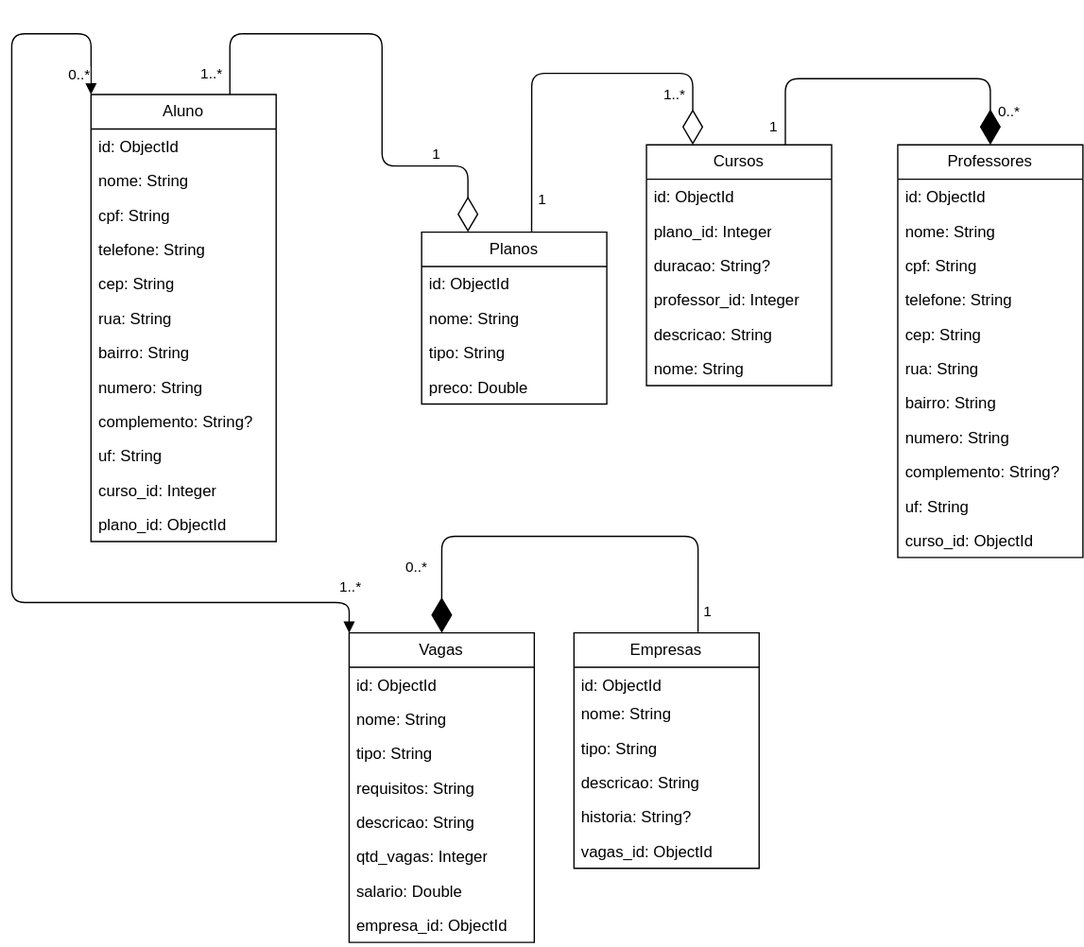
Before: docs/noam.svg, a diagram exported from draw.io (FatecFranca/DSM-P3-G06-2025-1). Source tidied: cells renumbered, new cells last; positions are measured from the earlier drawing's top-left corner, leaving out a move shared by most shapes.
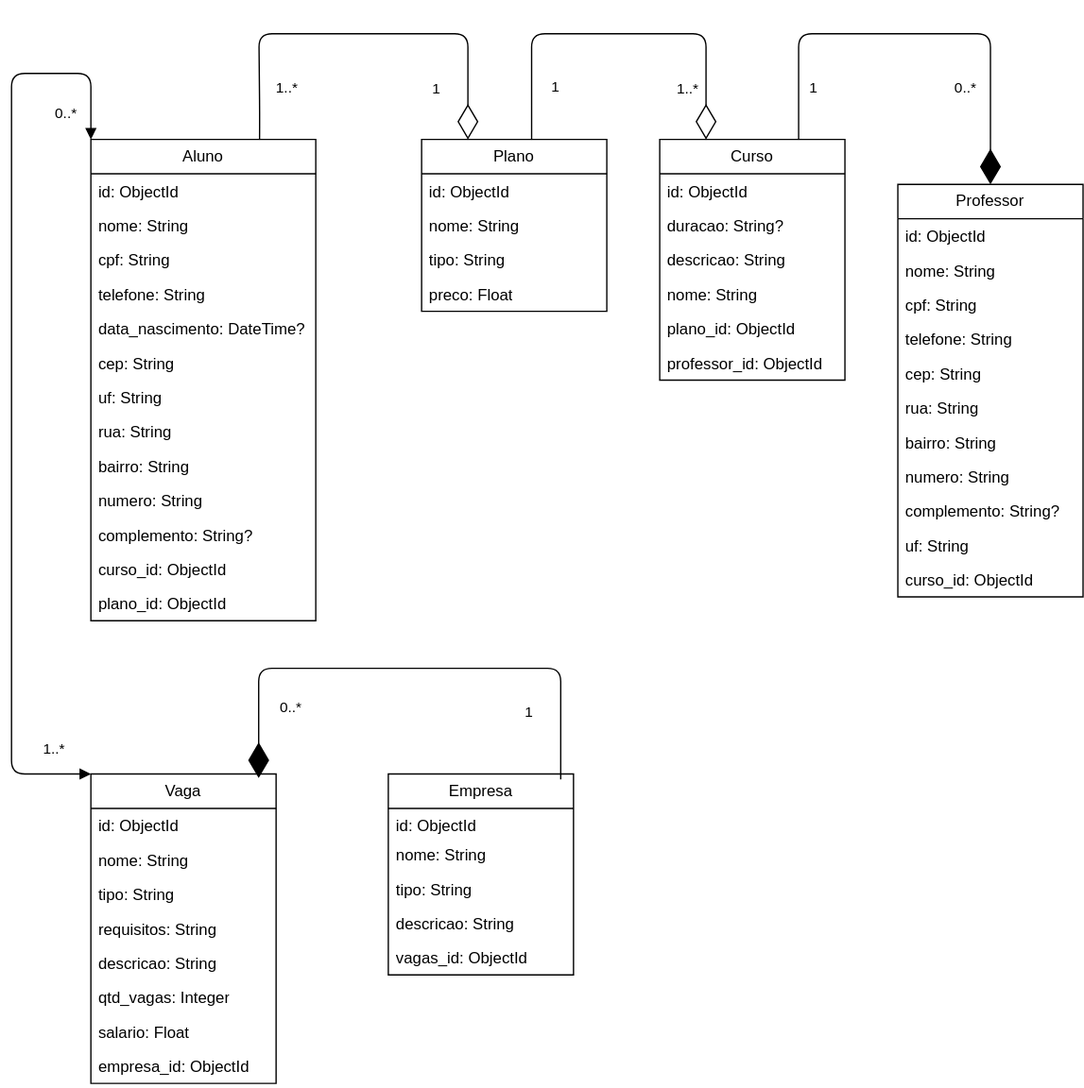
After the change.

Commit message:
Finalizando o Esquema do BD

The edit, as a diff of the source:
```diff
@@ -5,42 +5,45 @@
     <mxCell id="2" value="Aluno" style="swimlane;fontStyle=0;horizontal=1;startSize=26;fillColor=none;whiteSpace=wrap;html=1;" parent="1" vertex="1">
-      <mxGeometry x="60" y="46" width="140" height="338" as="geometry" />
+      <mxGeometry x="60" y="50" width="170" height="364" as="geometry" />
     </mxCell>
     <mxCell id="3" value="id: ObjectId" style="text;strokeColor=none;fillColor=none;align=left;verticalAlign=top;spacingLeft=4;spacingRight=4;overflow=hidden;whiteSpace=wrap;html=1;" parent="2" vertex="1">
-      <mxGeometry y="26" width="140" height="26" as="geometry" />
+      <mxGeometry y="26" width="170" height="26" as="geometry" />
     </mxCell>
     <mxCell id="4" value="nome: String" style="text;strokeColor=none;fillColor=none;align=left;verticalAlign=top;spacingLeft=4;spacingRight=4;overflow=hidden;whiteSpace=wrap;html=1;" parent="2" vertex="1">
-      <mxGeometry y="52" width="140" height="26" as="geometry" />
+      <mxGeometry y="52" width="170" height="26" as="geometry" />
     </mxCell>
     <mxCell id="5" value="cpf: String" style="text;strokeColor=none;fillColor=none;align=left;verticalAlign=top;spacingLeft=4;spacingRight=4;overflow=hidden;whiteSpace=wrap;html=1;" parent="2" vertex="1">
-      <mxGeometry y="78" width="140" height="26" as="geometry" />
+      <mxGeometry y="78" width="170" height="26" as="geometry" />
     </mxCell>
     <mxCell id="6" value="telefone: String" style="text;strokeColor=none;fillColor=none;align=left;verticalAlign=top;spacingLeft=4;spacingRight=4;overflow=hidden;whiteSpace=wrap;html=1;" parent="2" vertex="1">
-      <mxGeometry y="104" width="140" height="26" as="geometry" />
+      <mxGeometry y="104" width="170" height="26" as="geometry" />
     </mxCell>
+    <mxCell id="70" value="data_nascimento: DateTime?" style="text;strokeColor=none;fillColor=none;align=left;verticalAlign=top;spacingLeft=4;spacingRight=4;overflow=hidden;whiteSpace=wrap;html=1;" parent="2" vertex="1">
+      <mxGeometry y="130" width="170" height="26" as="geometry" />
+    </mxCell>
     <mxCell id="7" value="cep: String" style="text;strokeColor=none;fillColor=none;align=left;verticalAlign=top;spacingLeft=4;spacingRight=4;overflow=hidden;whiteSpace=wrap;html=1;" parent="2" vertex="1">
-      <mxGeometry y="130" width="140" height="26" as="geometry" />
+      <mxGeometry y="156" width="170" height="26" as="geometry" />
     </mxCell>
+    <mxCell id="12" value="uf: String" style="text;strokeColor=none;fillColor=none;align=left;verticalAlign=top;spacingLeft=4;spacingRight=4;overflow=hidden;whiteSpace=wrap;html=1;" parent="2" vertex="1">
+      <mxGeometry y="182" width="170" height="26" as="geometry" />
+    </mxCell>
     <mxCell id="8" value="rua: String&lt;div&gt;&lt;br&gt;&lt;/div&gt;" style="text;strokeColor=none;fillColor=none;align=left;verticalAlign=top;spacingLeft=4;spacingRight=4;overflow=hidden;whiteSpace=wrap;html=1;" parent="2" vertex="1">
-      <mxGeometry y="156" width="140" height="26" as="geometry" />
+      <mxGeometry y="208" width="170" height="26" as="geometry" />
     </mxCell>
     <mxCell id="9" value="bairro: String" style="text;strokeColor=none;fillColor=none;align=left;verticalAlign=top;spacingLeft=4;spacingRight=4;overflow=hidden;whiteSpace=wrap;html=1;" parent="2" vertex="1">
-      <mxGeometry y="182" width="140" height="26" as="geometry" />
+      <mxGeometry y="234" width="170" height="26" as="geometry" />
     </mxCell>
     <mxCell id="10" value="numero: String" style="text;strokeColor=none;fillColor=none;align=left;verticalAlign=top;spacingLeft=4;spacingRight=4;overflow=hidden;whiteSpace=wrap;html=1;" parent="2" vertex="1">
-      <mxGeometry y="208" width="140" height="26" as="geometry" />
+      <mxGeometry y="260" width="170" height="26" as="geometry" />
     </mxCell>
     <mxCell id="11" value="complemento: String?" style="text;strokeColor=none;fillColor=none;align=left;verticalAlign=top;spacingLeft=4;spacingRight=4;overflow=hidden;whiteSpace=wrap;html=1;" parent="2" vertex="1">
-      <mxGeometry y="234" width="140" height="26" as="geometry" />
+      <mxGeometry y="286" width="170" height="26" as="geometry" />
     </mxCell>
-    <mxCell id="12" value="uf: String" style="text;strokeColor=none;fillColor=none;align=left;verticalAlign=top;spacingLeft=4;spacingRight=4;overflow=hidden;whiteSpace=wrap;html=1;" parent="2" vertex="1">
-      <mxGeometry y="260" width="140" height="26" as="geometry" />
-    </mxCell>
-    <mxCell id="13" value="curso_id: Integer" style="text;strokeColor=none;fillColor=none;align=left;verticalAlign=top;spacingLeft=4;spacingRight=4;overflow=hidden;whiteSpace=wrap;html=1;" parent="2" vertex="1">
-      <mxGeometry y="286" width="140" height="26" as="geometry" />
+    <mxCell id="13" value="curso_id:&amp;nbsp;&lt;span style=&quot;color: rgb(0, 0, 0);&quot;&gt;ObjectId&lt;/span&gt;" style="text;strokeColor=none;fillColor=none;align=left;verticalAlign=top;spacingLeft=4;spacingRight=4;overflow=hidden;whiteSpace=wrap;html=1;" parent="2" vertex="1">
+      <mxGeometry y="312" width="170" height="26" as="geometry" />
     </mxCell>
     <mxCell id="14" value="plano_id:&amp;nbsp;&lt;span style=&quot;color: rgb(0, 0, 0);&quot;&gt;ObjectId&lt;/span&gt;" style="text;strokeColor=none;fillColor=none;align=left;verticalAlign=top;spacingLeft=4;spacingRight=4;overflow=hidden;whiteSpace=wrap;html=1;" parent="2" vertex="1">
-      <mxGeometry y="312" width="140" height="26" as="geometry" />
+      <mxGeometry y="338" width="170" height="26" as="geometry" />
     </mxCell>
-    <mxCell id="15" value="Cursos" style="swimlane;fontStyle=0;horizontal=1;startSize=26;fillColor=none;whiteSpace=wrap;html=1;" parent="1" vertex="1">
-      <mxGeometry x="480" y="84" width="140" height="182" as="geometry" />
+    <mxCell id="15" value="Curso" style="swimlane;fontStyle=0;horizontal=1;startSize=26;fillColor=none;whiteSpace=wrap;html=1;" parent="1" vertex="1">
+      <mxGeometry x="490" y="50" width="140" height="182" as="geometry" />
     </mxCell>
@@ -49,19 +52,19 @@
     </mxCell>
-    <mxCell id="17" value="plano_id: Integer" style="text;strokeColor=none;fillColor=none;align=left;verticalAlign=top;spacingLeft=4;spacingRight=4;overflow=hidden;whiteSpace=wrap;html=1;" parent="15" vertex="1">
-      <mxGeometry y="52" width="140" height="26" as="geometry" />
-    </mxCell>
     <mxCell id="18" value="duracao: String?" style="text;strokeColor=none;fillColor=none;align=left;verticalAlign=top;spacingLeft=4;spacingRight=4;overflow=hidden;whiteSpace=wrap;html=1;" parent="15" vertex="1">
-      <mxGeometry y="78" width="140" height="26" as="geometry" />
+      <mxGeometry y="52" width="140" height="26" as="geometry" />
     </mxCell>
-    <mxCell id="19" value="professor_id: Integer" style="text;strokeColor=none;fillColor=none;align=left;verticalAlign=top;spacingLeft=4;spacingRight=4;overflow=hidden;whiteSpace=wrap;html=1;" parent="15" vertex="1">
-      <mxGeometry y="104" width="140" height="26" as="geometry" />
-    </mxCell>
     <mxCell id="20" value="descricao: String" style="text;strokeColor=none;fillColor=none;align=left;verticalAlign=top;spacingLeft=4;spacingRight=4;overflow=hidden;whiteSpace=wrap;html=1;" parent="15" vertex="1">
-      <mxGeometry y="130" width="140" height="26" as="geometry" />
+      <mxGeometry y="78" width="140" height="26" as="geometry" />
     </mxCell>
     <mxCell id="21" value="nome: String" style="text;strokeColor=none;fillColor=none;align=left;verticalAlign=top;spacingLeft=4;spacingRight=4;overflow=hidden;whiteSpace=wrap;html=1;" parent="15" vertex="1">
-      <mxGeometry y="156" width="140" height="26" as="geometry" />
+      <mxGeometry y="104" width="140" height="26" as="geometry" />
     </mxCell>
+    <mxCell id="17" value="plano_id:&amp;nbsp;&lt;span style=&quot;color: rgb(0, 0, 0);&quot;&gt;ObjectId&lt;/span&gt;" style="text;strokeColor=none;fillColor=none;align=left;verticalAlign=top;spacingLeft=4;spacingRight=4;overflow=hidden;whiteSpace=wrap;html=1;" parent="15" vertex="1">
+      <mxGeometry y="130" width="140" height="26" as="geometry" />
+    </mxCell>
+    <mxCell id="19" value="professor_id:&amp;nbsp;&lt;span style=&quot;color: rgb(0, 0, 0);&quot;&gt;ObjectId&lt;/span&gt;" style="text;strokeColor=none;fillColor=none;align=left;verticalAlign=top;spacingLeft=4;spacingRight=4;overflow=hidden;whiteSpace=wrap;html=1;" parent="15" vertex="1">
+      <mxGeometry y="156" width="140" height="26" as="geometry" />
+    </mxCell>
-    <mxCell id="22" value="Empresas" style="swimlane;fontStyle=0;horizontal=1;startSize=26;fillColor=none;whiteSpace=wrap;html=1;" parent="1" vertex="1">
-      <mxGeometry x="425.2" y="453" width="140" height="178" as="geometry" />
+    <mxCell id="22" value="Empresa" style="swimlane;fontStyle=0;horizontal=1;startSize=26;fillColor=none;whiteSpace=wrap;html=1;" parent="1" vertex="1">
+      <mxGeometry x="284.8" y="530" width="140" height="152" as="geometry" />
     </mxCell>
@@ -79,10 +82,7 @@
     </mxCell>
-    <mxCell id="27" value="historia: String?" style="text;strokeColor=none;fillColor=none;align=left;verticalAlign=top;spacingLeft=4;spacingRight=4;overflow=hidden;whiteSpace=wrap;html=1;" parent="22" vertex="1">
-      <mxGeometry y="126" width="140" height="26" as="geometry" />
-    </mxCell>
     <mxCell id="28" value="vagas_id:&amp;nbsp;&lt;span style=&quot;color: rgb(0, 0, 0);&quot;&gt;ObjectId&lt;/span&gt;" style="text;strokeColor=none;fillColor=none;align=left;verticalAlign=top;spacingLeft=4;spacingRight=4;overflow=hidden;whiteSpace=wrap;html=1;" parent="22" vertex="1">
-      <mxGeometry y="152" width="140" height="26" as="geometry" />
+      <mxGeometry y="126" width="140" height="26" as="geometry" />
     </mxCell>
-    <mxCell id="29" value="Planos" style="swimlane;fontStyle=0;horizontal=1;startSize=26;fillColor=none;whiteSpace=wrap;html=1;" parent="1" vertex="1">
-      <mxGeometry x="310" y="150" width="140" height="130" as="geometry" />
+    <mxCell id="29" value="Plano" style="swimlane;fontStyle=0;horizontal=1;startSize=26;fillColor=none;whiteSpace=wrap;html=1;" parent="1" vertex="1">
+      <mxGeometry x="310" y="50" width="140" height="130" as="geometry" />
     </mxCell>
@@ -97,6 +97,6 @@
     </mxCell>
-    <mxCell id="33" value="preco: Double" style="text;strokeColor=none;fillColor=none;align=left;verticalAlign=top;spacingLeft=4;spacingRight=4;overflow=hidden;whiteSpace=wrap;html=1;" parent="29" vertex="1">
+    <mxCell id="33" value="preco: Float" style="text;strokeColor=none;fillColor=none;align=left;verticalAlign=top;spacingLeft=4;spacingRight=4;overflow=hidden;whiteSpace=wrap;html=1;" parent="29" vertex="1">
       <mxGeometry y="104" width="140" height="26" as="geometry" />
     </mxCell>
-    <mxCell id="34" value="Professores" style="swimlane;fontStyle=0;horizontal=1;startSize=26;fillColor=none;whiteSpace=wrap;html=1;" parent="1" vertex="1">
+    <mxCell id="34" value="Professor" style="swimlane;fontStyle=0;horizontal=1;startSize=26;fillColor=none;whiteSpace=wrap;html=1;" parent="1" vertex="1">
       <mxGeometry x="670" y="84" width="140" height="312" as="geometry" />
@@ -136,4 +136,4 @@
     </mxCell>
-    <mxCell id="46" value="Vagas" style="swimlane;fontStyle=0;horizontal=1;startSize=26;fillColor=none;whiteSpace=wrap;html=1;" parent="1" vertex="1">
-      <mxGeometry x="255.2" y="453" width="140" height="234" as="geometry" />
+    <mxCell id="46" value="Vaga" style="swimlane;fontStyle=0;horizontal=1;startSize=26;fillColor=none;whiteSpace=wrap;html=1;" parent="1" vertex="1">
+      <mxGeometry x="60" y="530" width="140" height="234" as="geometry" />
     </mxCell>
@@ -157,3 +157,3 @@
     </mxCell>
-    <mxCell id="53" value="salario: Double" style="text;strokeColor=none;fillColor=none;align=left;verticalAlign=top;spacingLeft=4;spacingRight=4;overflow=hidden;whiteSpace=wrap;html=1;" parent="46" vertex="1">
+    <mxCell id="53" value="salario: Float" style="text;strokeColor=none;fillColor=none;align=left;verticalAlign=top;spacingLeft=4;spacingRight=4;overflow=hidden;whiteSpace=wrap;html=1;" parent="46" vertex="1">
       <mxGeometry y="182" width="140" height="26" as="geometry" />
@@ -166,3 +166,3 @@
         <Array as="points">
-          <mxPoint x="580" y="34" />
+          <mxPoint x="660" y="-30" />
         </Array>
@@ -172,3 +172,3 @@
       <mxGeometry x="-0.89" y="-2" relative="1" as="geometry">
-        <mxPoint x="-12" as="offset" />
+        <mxPoint x="8" y="-21" as="offset" />
       </mxGeometry>
@@ -177,3 +177,3 @@
       <mxGeometry x="0.8" y="1" relative="1" as="geometry">
-        <mxPoint x="12" as="offset" />
+        <mxPoint x="-21" y="-39" as="offset" />
       </mxGeometry>
@@ -183,6 +183,5 @@
         <Array as="points">
-          <mxPoint x="165" />
-          <mxPoint x="280" />
-          <mxPoint x="280" y="100" />
-          <mxPoint x="345" y="100" />
+          <mxPoint x="187" y="30" />
+          <mxPoint x="187" y="-30" />
+          <mxPoint x="345" y="-30" />
         </Array>
@@ -192,3 +191,3 @@
       <mxGeometry x="-0.88" y="2" relative="1" as="geometry">
-        <mxPoint x="-13" y="7" as="offset" />
+        <mxPoint x="22" y="-20" as="offset" />
       </mxGeometry>
@@ -197,3 +196,3 @@
       <mxGeometry x="0.75" relative="1" as="geometry">
-        <mxPoint x="-25" y="-13" as="offset" />
+        <mxPoint x="-25" y="1" as="offset" />
       </mxGeometry>
@@ -203,4 +202,4 @@
         <Array as="points">
-          <mxPoint x="393" y="30" />
-          <mxPoint x="515" y="30" />
+          <mxPoint x="393" y="-30" />
+          <mxPoint x="525" y="-30" />
         </Array>
@@ -210,3 +209,3 @@
       <mxGeometry x="-0.86" y="2" relative="1" as="geometry">
-        <mxPoint x="9" y="-4" as="offset" />
+        <mxPoint x="19" y="-19" as="offset" />
       </mxGeometry>
@@ -218,20 +217,2 @@
     </mxCell>
-    <mxCell id="64" style="endArrow=diamondThin;endFill=1;endSize=24;html=1;edgeStyle=orthogonalEdgeStyle;exitX=0.67;exitY=-0.004;exitDx=0;exitDy=0;exitPerimeter=0;entryX=0.5;entryY=0;entryDx=0;entryDy=0;" parent="1" edge="1" source="22" target="46">
-      <mxGeometry relative="1" as="geometry">
-        <Array as="points">
-          <mxPoint x="519.2" y="380" />
-          <mxPoint x="325.2" y="380" />
-        </Array>
-      </mxGeometry>
-    </mxCell>
-    <mxCell id="65" value="1" style="edgeLabel;html=1;align=center;verticalAlign=middle;" parent="64" vertex="1">
-      <mxGeometry x="-0.88" y="2" relative="1" as="geometry">
-        <mxPoint x="8" y="5" as="offset" />
-      </mxGeometry>
-    </mxCell>
-    <mxCell id="66" value="0..*" style="edgeLabel;html=1;align=center;verticalAlign=middle;" parent="64" vertex="1">
-      <mxGeometry x="0.7" y="-1" relative="1" as="geometry">
-        <mxPoint x="-19" as="offset" />
-      </mxGeometry>
-    </mxCell>
     <mxCell id="67" style="endArrow=block;startArrow=block;endFill=1;startFill=1;html=1;edgeStyle=orthogonalEdgeStyle;exitX=0;exitY=0;exitDx=0;exitDy=0;entryX=0;entryY=0;entryDx=0;entryDy=0;" parent="1" edge="1" source="46" target="2">
@@ -239,4 +220,3 @@
         <Array as="points">
-          <mxPoint x="255" y="430" />
-          <mxPoint y="430" />
+          <mxPoint y="530" />
           <mxPoint />
@@ -248,3 +228,3 @@
       <mxGeometry x="0.96" y="-3" relative="1" as="geometry">
-        <mxPoint x="-7" as="offset" />
+        <mxPoint x="-17" y="-8" as="offset" />
       </mxGeometry>
@@ -253,5 +233,22 @@
       <mxGeometry x="-0.91" y="-2" relative="1" as="geometry">
-        <mxPoint x="16" y="-11" as="offset" />
+        <mxPoint x="4" y="-18" as="offset" />
       </mxGeometry>
     </mxCell>
+    <mxCell id="64" style="endArrow=diamondThin;endFill=1;endSize=24;html=1;edgeStyle=elbowEdgeStyle;elbow=vertical;exitX=0.931;exitY=0.027;exitDx=0;exitDy=0;exitPerimeter=0;entryX=0.906;entryY=0.013;entryDx=0;entryDy=0;entryPerimeter=0;" parent="1" edge="1" source="22" target="46">
+      <mxGeometry relative="1" as="geometry">
+        <Array as="points">
+          <mxPoint x="310" y="450" />
+        </Array>
+      </mxGeometry>
+    </mxCell>
+    <mxCell id="66" value="0..*" style="edgeLabel;html=1;align=center;verticalAlign=middle;" parent="64" vertex="1">
+      <mxGeometry x="0.72" y="1" relative="1" as="geometry">
+        <mxPoint x="22" as="offset" />
+      </mxGeometry>
+    </mxCell>
+    <mxCell id="65" value="1" style="edgeLabel;html=1;align=center;verticalAlign=middle;" parent="64" vertex="1">
+      <mxGeometry x="-0.74" y="-1" relative="1" as="geometry">
+        <mxPoint x="-26" as="offset" />
+      </mxGeometry>
+    </mxCell>
   </root>
```
